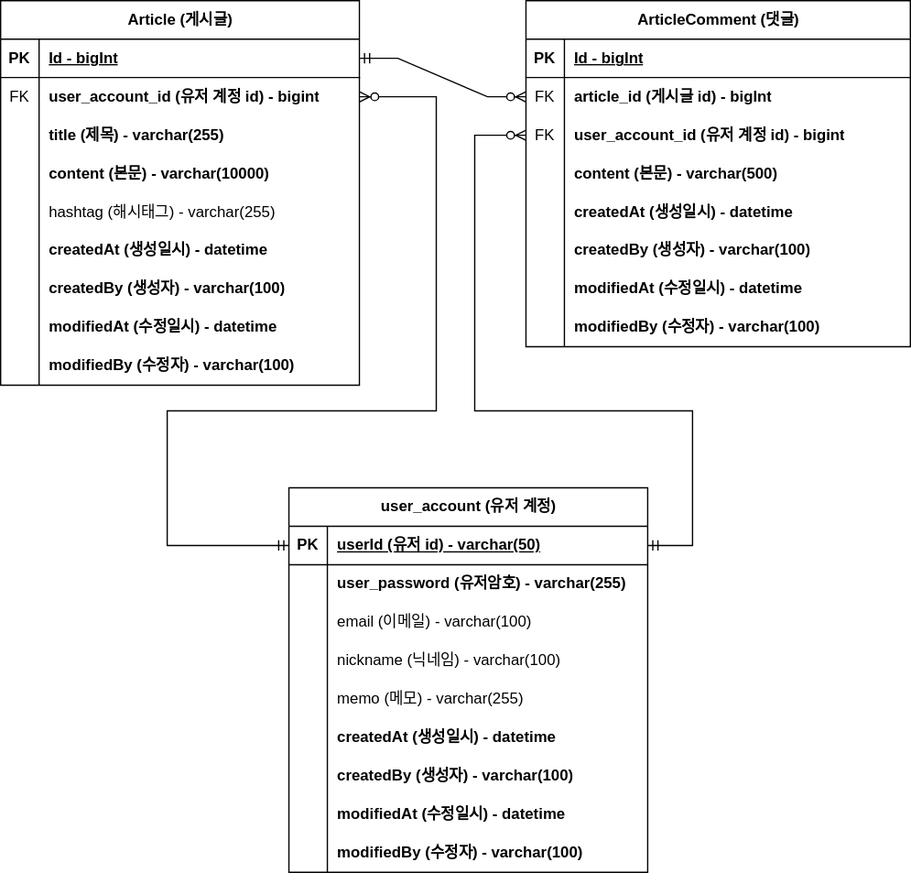
Before: Part02/document/project-board-erd.svg, a diagram exported from draw.io (dbwp031/FastCampusClass). Source tidied: cells renumbered, new cells last; positions are measured from the earlier drawing's top-left corner, leaving out a move shared by most shapes.
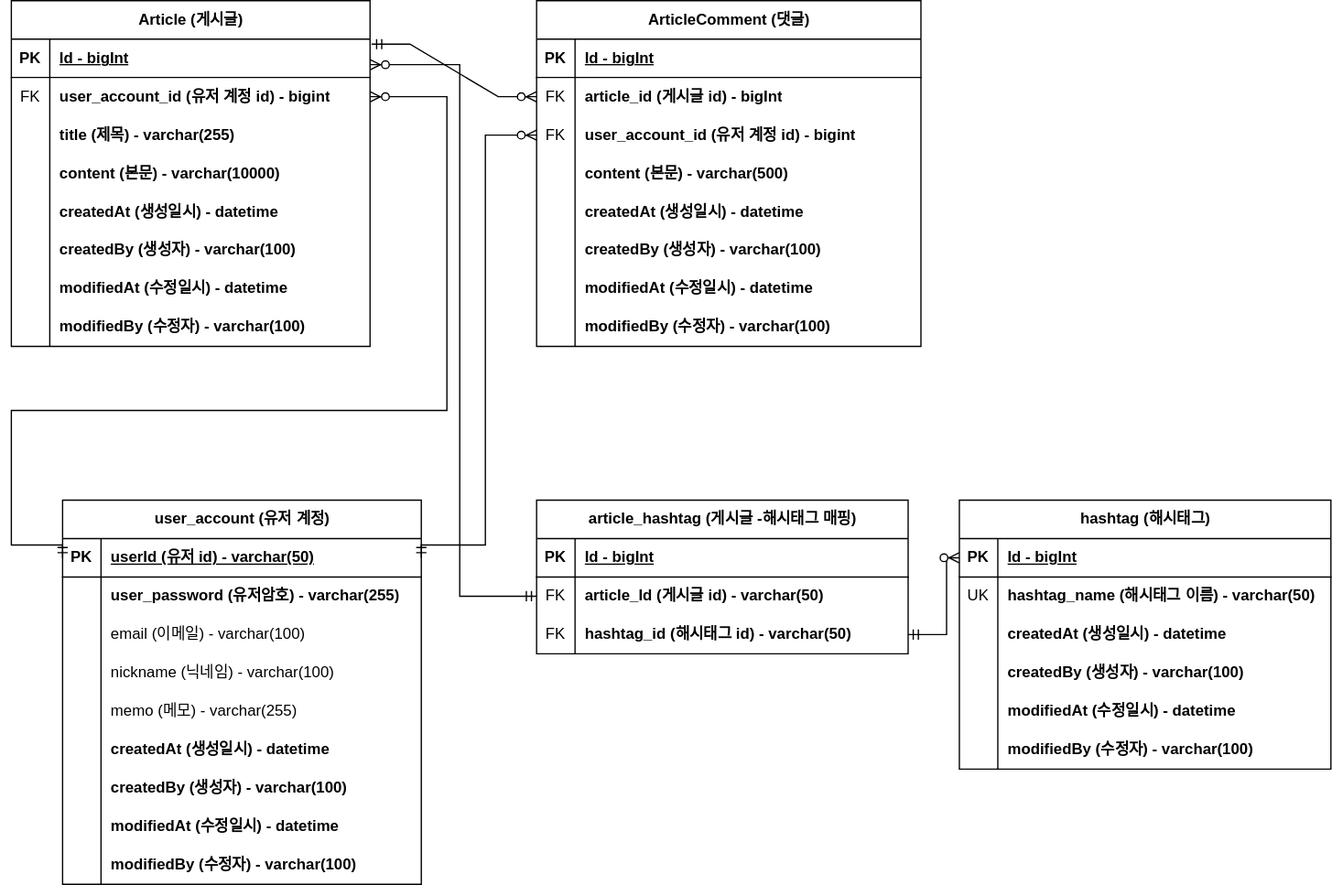
Later version of the same file.

Commit message:
#46 - project-board-erd.svg 업데이트: article_hashtag, hashtag 도메인 추가

Change to the diagram source:
```diff
@@ -3,7 +3,7 @@
     <mxCell id="0" />
     <mxCell id="1" parent="0" />
     <mxCell id="2" value="Article (게시글)" style="shape=table;startSize=30;rowLines=0;fontStyle=1;align=center;html=1;" parent="1" vertex="1">
-      <mxGeometry width="280" height="300" as="geometry" />
+      <mxGeometry width="280" height="270" as="geometry" />
     </mxCell>
     <mxCell id="3" style="shape=tableRow;horizontal=0;startSize=0;swimlaneHead=0;swimlaneBody=0;fillColor=none;points=[[0,0.5],[1,0.5]];portConstraint=eastwest;top=0;left=0;right=0;bottom=1;" parent="2" vertex="1">
       <mxGeometry y="30" width="280" height="30" as="geometry" />
@@ -41,17 +41,8 @@
     <mxCell id="14" value="content (본문) - varchar(10000)" style="shape=partialRectangle;fillColor=none;top=0;left=0;bottom=0;right=0;align=left;spacingLeft=6;overflow=hidden;whiteSpace=wrap;html=1;fontStyle=1;" parent="12" vertex="1">
       <mxGeometry x="30" width="250" height="30" as="geometry" />
     </mxCell>
-    <mxCell id="15" style="shape=tableRow;horizontal=0;startSize=0;swimlaneHead=0;swimlaneBody=0;fillColor=none;top=0;left=0;right=0;bottom=0;" parent="2" vertex="1">
-      <mxGeometry y="150" width="280" height="30" as="geometry" />
-    </mxCell>
-    <mxCell id="16" style="shape=partialRectangle;fillColor=none;top=0;left=0;bottom=0;right=0;overflow=hidden;whiteSpace=wrap;html=1;" parent="15" vertex="1">
-      <mxGeometry width="30" height="30" as="geometry" />
-    </mxCell>
-    <mxCell id="17" value="hashtag (해시태그) - varchar(255)" style="shape=partialRectangle;fillColor=none;top=0;left=0;bottom=0;right=0;align=left;spacingLeft=6;overflow=hidden;whiteSpace=wrap;html=1;" parent="15" vertex="1">
-      <mxGeometry x="30" width="250" height="30" as="geometry" />
-    </mxCell>
     <mxCell id="18" style="shape=tableRow;horizontal=0;startSize=0;swimlaneHead=0;swimlaneBody=0;fillColor=none;top=0;left=0;right=0;bottom=0;" parent="2" vertex="1">
-      <mxGeometry y="180" width="280" height="30" as="geometry" />
+      <mxGeometry y="150" width="280" height="30" as="geometry" />
     </mxCell>
     <mxCell id="19" style="shape=partialRectangle;fillColor=none;top=0;left=0;bottom=0;right=0;overflow=hidden;whiteSpace=wrap;html=1;" parent="18" vertex="1">
       <mxGeometry width="30" height="30" as="geometry" />
@@ -60,7 +51,7 @@
       <mxGeometry x="30" width="250" height="30" as="geometry" />
     </mxCell>
     <mxCell id="21" style="shape=tableRow;horizontal=0;startSize=0;swimlaneHead=0;swimlaneBody=0;fillColor=none;top=0;left=0;right=0;bottom=0;" parent="2" vertex="1">
-      <mxGeometry y="210" width="280" height="30" as="geometry" />
+      <mxGeometry y="180" width="280" height="30" as="geometry" />
     </mxCell>
     <mxCell id="22" style="shape=partialRectangle;fillColor=none;top=0;left=0;bottom=0;right=0;overflow=hidden;whiteSpace=wrap;html=1;" parent="21" vertex="1">
       <mxGeometry width="30" height="30" as="geometry" />
@@ -69,7 +60,7 @@
       <mxGeometry x="30" width="250" height="30" as="geometry" />
     </mxCell>
     <mxCell id="24" style="shape=tableRow;horizontal=0;startSize=0;swimlaneHead=0;swimlaneBody=0;fillColor=none;top=0;left=0;right=0;bottom=0;" parent="2" vertex="1">
-      <mxGeometry y="240" width="280" height="30" as="geometry" />
+      <mxGeometry y="210" width="280" height="30" as="geometry" />
     </mxCell>
     <mxCell id="25" style="shape=partialRectangle;fillColor=none;top=0;left=0;bottom=0;right=0;overflow=hidden;whiteSpace=wrap;html=1;" parent="24" vertex="1">
       <mxGeometry width="30" height="30" as="geometry" />
@@ -78,7 +69,7 @@
       <mxGeometry x="30" width="250" height="30" as="geometry" />
     </mxCell>
     <mxCell id="27" style="shape=tableRow;horizontal=0;startSize=0;swimlaneHead=0;swimlaneBody=0;fillColor=none;top=0;left=0;right=0;bottom=0;" parent="2" vertex="1">
-      <mxGeometry y="270" width="280" height="30" as="geometry" />
+      <mxGeometry y="240" width="280" height="30" as="geometry" />
     </mxCell>
     <mxCell id="28" style="shape=partialRectangle;fillColor=none;top=0;left=0;bottom=0;right=0;overflow=hidden;whiteSpace=wrap;html=1;" parent="27" vertex="1">
       <mxGeometry width="30" height="30" as="geometry" />
@@ -161,7 +152,7 @@
     <mxCell id="54" value="modifiedBy (수정자) - varchar(100)" style="shape=partialRectangle;fillColor=none;top=0;left=0;bottom=0;right=0;align=left;spacingLeft=6;overflow=hidden;whiteSpace=wrap;html=1;fontStyle=1;" parent="52" vertex="1">
       <mxGeometry x="30" width="270" height="30" as="geometry" />
     </mxCell>
-    <mxCell id="55" style="edgeStyle=entityRelationEdgeStyle;fontSize=12;html=1;endArrow=ERzeroToMany;startArrow=ERmandOne;rounded=0;" parent="1" edge="1" source="3" target="34">
+    <mxCell id="55" style="edgeStyle=entityRelationEdgeStyle;fontSize=12;html=1;endArrow=ERzeroToMany;startArrow=ERmandOne;rounded=0;exitX=1.004;exitY=0.133;exitDx=0;exitDy=0;exitPerimeter=0;" parent="1" edge="1" source="3" target="34">
       <mxGeometry relative="1" as="geometry">
         <Array as="points">
           <mxPoint x="409.6" y="65" />
@@ -171,7 +162,7 @@
       </mxGeometry>
     </mxCell>
     <mxCell id="56" value="user_account (유저 계정)" style="shape=table;startSize=30;rowLines=0;fontStyle=1;align=center;html=1;" parent="1" vertex="1">
-      <mxGeometry x="225" y="380" width="280" height="300" as="geometry" />
+      <mxGeometry x="40" y="390" width="280" height="300" as="geometry" />
     </mxCell>
     <mxCell id="57" style="shape=tableRow;horizontal=0;startSize=0;swimlaneHead=0;swimlaneBody=0;fillColor=none;points=[[0,0.5],[1,0.5]];portConstraint=eastwest;top=0;left=0;right=0;bottom=1;" parent="56" vertex="1">
       <mxGeometry y="30" width="280" height="30" as="geometry" />
@@ -257,8 +248,9 @@
     <mxCell id="84" style="edgeStyle=orthogonalEdgeStyle;fontSize=12;html=1;endArrow=ERzeroToMany;startArrow=ERmandOne;rounded=0;exitX=0;exitY=0.5;exitDx=0;exitDy=0;entryX=1;entryY=0.5;entryDx=0;entryDy=0;" parent="1" edge="1" source="57" target="6">
       <mxGeometry relative="1" as="geometry">
         <Array as="points">
-          <mxPoint x="130" y="425" />
-          <mxPoint x="130" y="320" />
+          <mxPoint x="40" y="425" />
+          <mxPoint y="425" />
+          <mxPoint y="320" />
           <mxPoint x="340" y="320" />
           <mxPoint x="340" y="75" />
         </Array>
@@ -267,12 +259,115 @@
     <mxCell id="85" style="edgeStyle=orthogonalEdgeStyle;fontSize=12;html=1;endArrow=ERzeroToMany;startArrow=ERmandOne;rounded=0;exitX=1;exitY=0.5;exitDx=0;exitDy=0;entryX=0;entryY=0.5;entryDx=0;entryDy=0;" parent="1" edge="1" source="57" target="37">
       <mxGeometry relative="1" as="geometry">
         <Array as="points">
-          <mxPoint x="540" y="425" />
-          <mxPoint x="540" y="320" />
-          <mxPoint x="370" y="320" />
+          <mxPoint x="320" y="425" />
+          <mxPoint x="370" y="425" />
           <mxPoint x="370" y="105" />
         </Array>
       </mxGeometry>
     </mxCell>
+    <mxCell id="86" value="hashtag (해시태그)" style="shape=table;startSize=30;rowLines=0;fontStyle=1;align=center;html=1;" parent="1" vertex="1">
+      <mxGeometry x="740" y="390" width="290" height="210" as="geometry" />
+    </mxCell>
+    <mxCell id="87" style="shape=tableRow;horizontal=0;startSize=0;swimlaneHead=0;swimlaneBody=0;fillColor=none;points=[[0,0.5],[1,0.5]];portConstraint=eastwest;top=0;left=0;right=0;bottom=1;" parent="86" vertex="1">
+      <mxGeometry y="30" width="290" height="30" as="geometry" />
+    </mxCell>
+    <mxCell id="88" value="PK" style="shape=partialRectangle;fillColor=none;top=0;left=0;bottom=0;right=0;fontStyle=1;overflow=hidden;whiteSpace=wrap;html=1;" parent="87" vertex="1">
+      <mxGeometry width="30" height="30" as="geometry" />
+    </mxCell>
+    <mxCell id="89" value="Id - bigInt" style="shape=partialRectangle;fillColor=none;top=0;left=0;bottom=0;right=0;align=left;spacingLeft=6;fontStyle=5;overflow=hidden;whiteSpace=wrap;html=1;" parent="87" vertex="1">
+      <mxGeometry x="30" width="260" height="30" as="geometry" />
+    </mxCell>
+    <mxCell id="90" style="shape=tableRow;horizontal=0;startSize=0;swimlaneHead=0;swimlaneBody=0;fillColor=none;top=0;left=0;right=0;bottom=0;" parent="86" vertex="1">
+      <mxGeometry y="60" width="290" height="30" as="geometry" />
+    </mxCell>
+    <mxCell id="91" value="UK" style="shape=partialRectangle;fillColor=none;top=0;left=0;bottom=0;right=0;overflow=hidden;whiteSpace=wrap;html=1;" parent="90" vertex="1">
+      <mxGeometry width="30" height="30" as="geometry" />
+    </mxCell>
+    <mxCell id="92" value="hashtag_name (해시태그 이름) - varchar(50)" style="shape=partialRectangle;fillColor=none;top=0;left=0;bottom=0;right=0;align=left;spacingLeft=6;overflow=hidden;whiteSpace=wrap;html=1;fontStyle=1;" parent="90" vertex="1">
+      <mxGeometry x="30" width="260" height="30" as="geometry" />
+    </mxCell>
+    <mxCell id="93" style="shape=tableRow;horizontal=0;startSize=0;swimlaneHead=0;swimlaneBody=0;fillColor=none;top=0;left=0;right=0;bottom=0;" parent="86" vertex="1">
+      <mxGeometry y="90" width="290" height="30" as="geometry" />
+    </mxCell>
+    <mxCell id="94" style="shape=partialRectangle;fillColor=none;top=0;left=0;bottom=0;right=0;overflow=hidden;whiteSpace=wrap;html=1;" parent="93" vertex="1">
+      <mxGeometry width="30" height="30" as="geometry" />
+    </mxCell>
+    <mxCell id="95" value="createdAt (생성일시) - datetime" style="shape=partialRectangle;fillColor=none;top=0;left=0;bottom=0;right=0;align=left;spacingLeft=6;overflow=hidden;whiteSpace=wrap;html=1;fontStyle=1;" parent="93" vertex="1">
+      <mxGeometry x="30" width="260" height="30" as="geometry" />
+    </mxCell>
+    <mxCell id="96" style="shape=tableRow;horizontal=0;startSize=0;swimlaneHead=0;swimlaneBody=0;fillColor=none;top=0;left=0;right=0;bottom=0;" parent="86" vertex="1">
+      <mxGeometry y="120" width="290" height="30" as="geometry" />
+    </mxCell>
+    <mxCell id="97" style="shape=partialRectangle;fillColor=none;top=0;left=0;bottom=0;right=0;overflow=hidden;whiteSpace=wrap;html=1;" parent="96" vertex="1">
+      <mxGeometry width="30" height="30" as="geometry" />
+    </mxCell>
+    <mxCell id="98" value="createdBy (생성자) - varchar(100)" style="shape=partialRectangle;fillColor=none;top=0;left=0;bottom=0;right=0;align=left;spacingLeft=6;overflow=hidden;whiteSpace=wrap;html=1;fontStyle=1;" parent="96" vertex="1">
+      <mxGeometry x="30" width="260" height="30" as="geometry" />
+    </mxCell>
+    <mxCell id="99" style="shape=tableRow;horizontal=0;startSize=0;swimlaneHead=0;swimlaneBody=0;fillColor=none;top=0;left=0;right=0;bottom=0;" parent="86" vertex="1">
+      <mxGeometry y="150" width="290" height="30" as="geometry" />
+    </mxCell>
+    <mxCell id="100" style="shape=partialRectangle;fillColor=none;top=0;left=0;bottom=0;right=0;overflow=hidden;whiteSpace=wrap;html=1;" parent="99" vertex="1">
+      <mxGeometry width="30" height="30" as="geometry" />
+    </mxCell>
+    <mxCell id="101" value="modifiedAt (수정일시) - datetime" style="shape=partialRectangle;fillColor=none;top=0;left=0;bottom=0;right=0;align=left;spacingLeft=6;overflow=hidden;whiteSpace=wrap;html=1;fontStyle=1;" parent="99" vertex="1">
+      <mxGeometry x="30" width="260" height="30" as="geometry" />
+    </mxCell>
+    <mxCell id="102" style="shape=tableRow;horizontal=0;startSize=0;swimlaneHead=0;swimlaneBody=0;fillColor=none;top=0;left=0;right=0;bottom=0;" parent="86" vertex="1">
+      <mxGeometry y="180" width="290" height="30" as="geometry" />
+    </mxCell>
+    <mxCell id="103" style="shape=partialRectangle;fillColor=none;top=0;left=0;bottom=0;right=0;overflow=hidden;whiteSpace=wrap;html=1;" parent="102" vertex="1">
+      <mxGeometry width="30" height="30" as="geometry" />
+    </mxCell>
+    <mxCell id="104" value="&lt;span style=&quot;&quot;&gt;modifiedBy (수정자) - varchar(100)&lt;/span&gt;" style="shape=partialRectangle;fillColor=none;top=0;left=0;bottom=0;right=0;align=left;spacingLeft=6;overflow=hidden;whiteSpace=wrap;html=1;fontStyle=1;" parent="102" vertex="1">
+      <mxGeometry x="30" width="260" height="30" as="geometry" />
+    </mxCell>
+    <mxCell id="105" value="article_hashtag (게시글 -해시태그 매핑)" style="shape=table;startSize=30;rowLines=0;fontStyle=1;align=center;html=1;" parent="1" vertex="1">
+      <mxGeometry x="410" y="390" width="290" height="120" as="geometry" />
+    </mxCell>
+    <mxCell id="106" style="shape=tableRow;horizontal=0;startSize=0;swimlaneHead=0;swimlaneBody=0;fillColor=none;top=0;left=0;right=0;bottom=1;" parent="105" vertex="1">
+      <mxGeometry y="30" width="290" height="30" as="geometry" />
+    </mxCell>
+    <mxCell id="107" value="PK" style="shape=partialRectangle;fillColor=none;top=0;left=0;bottom=0;right=0;fontStyle=1;overflow=hidden;whiteSpace=wrap;html=1;" parent="106" vertex="1">
+      <mxGeometry width="30" height="30" as="geometry" />
+    </mxCell>
+    <mxCell id="108" value="Id - bigInt" style="shape=partialRectangle;fillColor=none;top=0;left=0;bottom=0;right=0;align=left;spacingLeft=6;fontStyle=5;overflow=hidden;whiteSpace=wrap;html=1;" parent="106" vertex="1">
+      <mxGeometry x="30" width="260" height="30" as="geometry" />
+    </mxCell>
+    <mxCell id="109" style="shape=tableRow;horizontal=0;startSize=0;swimlaneHead=0;swimlaneBody=0;fillColor=none;points=[[0,0.5],[1,0.5]];portConstraint=eastwest;top=0;left=0;right=0;bottom=0;" parent="105" vertex="1">
+      <mxGeometry y="60" width="290" height="30" as="geometry" />
+    </mxCell>
+    <mxCell id="110" value="FK" style="shape=partialRectangle;fillColor=none;top=0;left=0;bottom=0;right=0;overflow=hidden;whiteSpace=wrap;html=1;" parent="109" vertex="1">
+      <mxGeometry width="30" height="30" as="geometry" />
+    </mxCell>
+    <mxCell id="111" value="article_Id (게시글 id) - varchar(50)" style="shape=partialRectangle;fillColor=none;top=0;left=0;bottom=0;right=0;align=left;spacingLeft=6;overflow=hidden;whiteSpace=wrap;html=1;fontStyle=1;" parent="109" vertex="1">
+      <mxGeometry x="30" width="260" height="30" as="geometry" />
+    </mxCell>
+    <mxCell id="112" style="shape=tableRow;horizontal=0;startSize=0;swimlaneHead=0;swimlaneBody=0;fillColor=none;points=[[0,0.5],[1,0.5]];portConstraint=eastwest;top=0;left=0;right=0;bottom=0;" parent="105" vertex="1">
+      <mxGeometry y="90" width="290" height="30" as="geometry" />
+    </mxCell>
+    <mxCell id="113" value="FK" style="shape=partialRectangle;fillColor=none;top=0;left=0;bottom=0;right=0;overflow=hidden;whiteSpace=wrap;html=1;" parent="112" vertex="1">
+      <mxGeometry width="30" height="30" as="geometry" />
+    </mxCell>
+    <mxCell id="114" value="hashtag_id (해시태그 id) - varchar(50)" style="shape=partialRectangle;fillColor=none;top=0;left=0;bottom=0;right=0;align=left;spacingLeft=6;overflow=hidden;whiteSpace=wrap;html=1;fontStyle=1;" parent="112" vertex="1">
+      <mxGeometry x="30" width="260" height="30" as="geometry" />
+    </mxCell>
+    <mxCell id="115" style="edgeStyle=orthogonalEdgeStyle;fontSize=12;html=1;endArrow=ERzeroToMany;startArrow=ERmandOne;rounded=0;exitX=0;exitY=0.5;exitDx=0;exitDy=0;" parent="1" edge="1" source="109">
+      <mxGeometry relative="1" as="geometry">
+        <mxPoint x="280" y="50" as="targetPoint" />
+        <Array as="points">
+          <mxPoint x="350" y="465" />
+          <mxPoint x="350" y="50" />
+        </Array>
+      </mxGeometry>
+    </mxCell>
+    <mxCell id="116" style="edgeStyle=orthogonalEdgeStyle;fontSize=12;html=1;endArrow=ERzeroToMany;startArrow=ERmandOne;rounded=0;exitX=1;exitY=0.5;exitDx=0;exitDy=0;entryX=0;entryY=0.5;entryDx=0;entryDy=0;" parent="1" edge="1" source="112" target="87">
+      <mxGeometry relative="1" as="geometry">
+        <Array as="points">
+          <mxPoint x="730" y="495" />
+          <mxPoint x="730" y="435" />
+        </Array>
+      </mxGeometry>
+    </mxCell>
   </root>
 </mxGraphModel>
```
